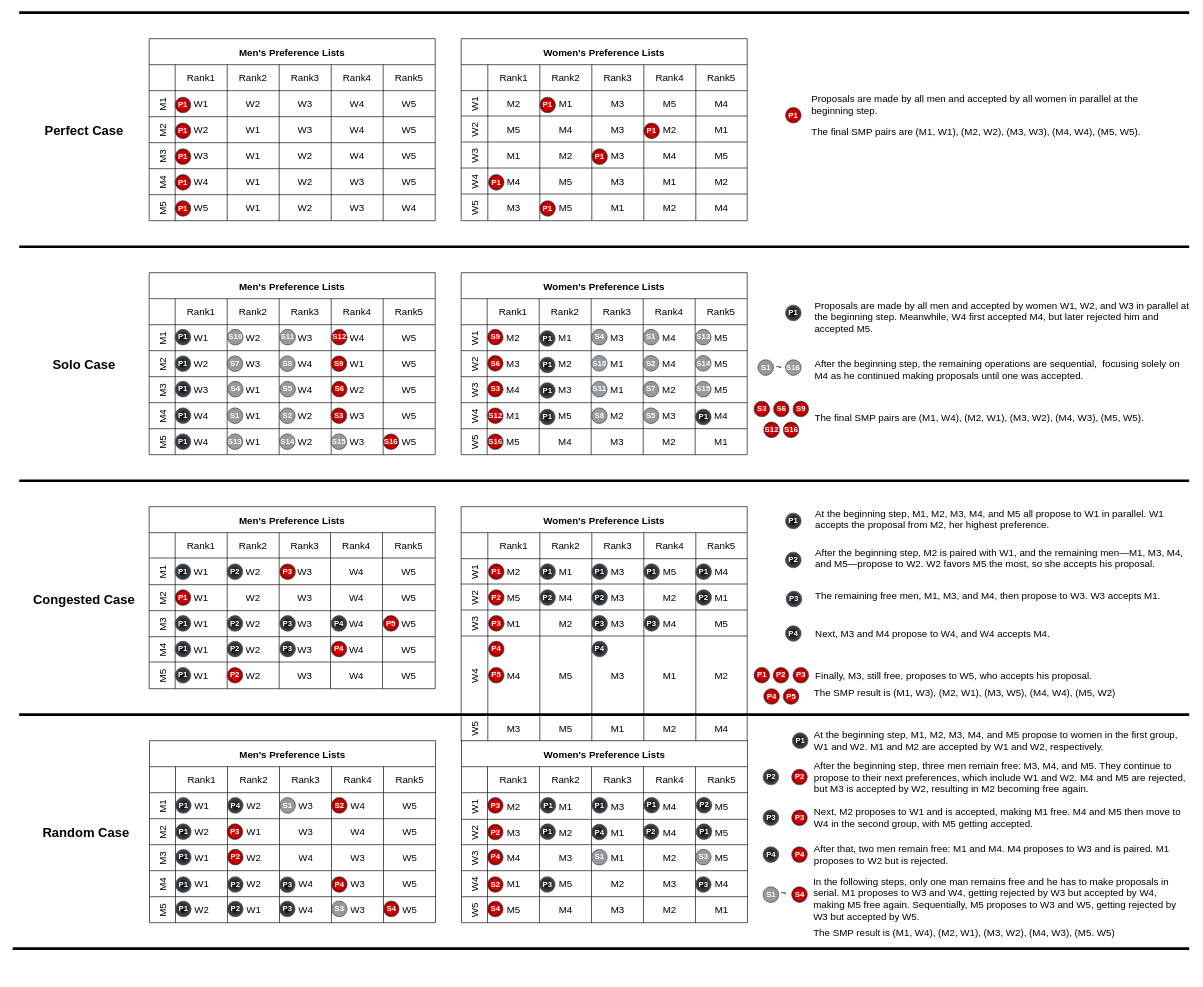
This is MoreWorkloads.drawio from victorliu-sq/BambooSMP-Figures, a draw.io file, before an edit. Source tidied: cells renumbered, new cells numbered last; positions are measured from the earlier drawing's top-left corner, leaving out a move shared by most shapes. Both pictures are drawn from the tidied source at 65%, with x=0, y=0 at pixel (12, 12).
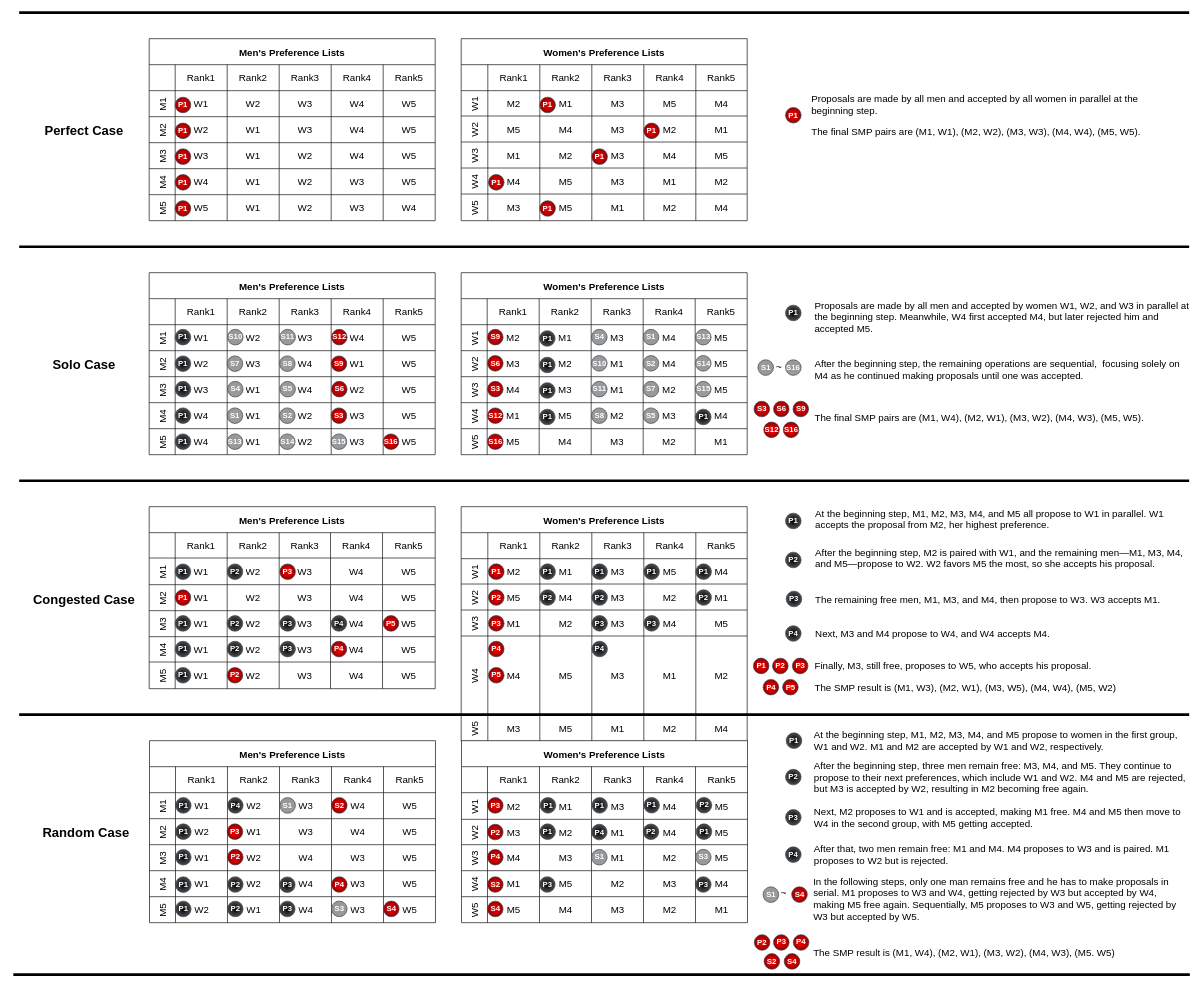
The same page after the edit.

The edit, as a diff of the source:
```diff
@@
     <mxCell id="41" value="&lt;p style=&quot;&quot;&gt;The remaining free men, M1, M3, and M4, then propose to W3. W3 accepts M1.&lt;br&gt;&lt;/p&gt;" style="text;strokeColor=none;align=left;fillColor=none;html=1;verticalAlign=middle;whiteSpace=wrap;rounded=0;fontFamily=Helvetica;fontSize=15;fontColor=default;" parent="1" vertex="1">
-      <mxGeometry x="1232.5" y="881.9" width="539.5" height="30" as="geometry" />
+      <mxGeometry x="1232.5" y="886.5" width="539.5" height="30" as="geometry" />
     </mxCell>
@@
     <mxCell id="43" value="&lt;p style=&quot;&quot;&gt;Finally, M3, still free, proposes to W5, who accepts his proposal.&lt;br&gt;&lt;/p&gt;" style="text;strokeColor=none;align=left;fillColor=none;html=1;verticalAlign=middle;whiteSpace=wrap;rounded=0;fontFamily=Helvetica;fontSize=15;fontColor=default;" parent="1" vertex="1">
-      <mxGeometry x="1232.5" y="1004.4" width="439.5" height="30" as="geometry" />
+      <mxGeometry x="1231.5" y="990" width="439.5" height="30" as="geometry" />
     </mxCell>
@@
     <mxCell id="418" value="P5" style="ellipse;whiteSpace=wrap;html=1;strokeColor=#314354;align=center;verticalAlign=middle;fontFamily=Helvetica;fontSize=12;fillColor=#FF0000;fontColor=#FFFFFF;fillStyle=solid;strokeWidth=1;fontStyle=1;gradientColor=#990000;gradientDirection=radial;" parent="1" vertex="1">
-      <mxGeometry x="1185.5" y="1040" width="24" height="24" as="geometry" />
+      <mxGeometry x="1184.5" y="1025.7" width="24" height="24" as="geometry" />
     </mxCell>
@@
     <mxCell id="420" style="endArrow=none;html=1;rounded=0;strokeWidth=4;" parent="1" edge="1">
       <mxGeometry relative="1" as="geometry">
-        <mxPoint y="1440" as="sourcePoint" />
-        <mxPoint x="1810" y="1440" as="targetPoint" />
+        <mxPoint x="1" y="1480" as="sourcePoint" />
+        <mxPoint x="1811" y="1480" as="targetPoint" />
       </mxGeometry>
     </mxCell>
@@
     <mxCell id="422" value="P1" style="ellipse;whiteSpace=wrap;html=1;strokeColor=#314354;align=center;verticalAlign=middle;fontFamily=Helvetica;fontSize=12;fillColor=#FF0000;fontColor=#FFFFFF;fillStyle=solid;strokeWidth=1;fontStyle=1;gradientColor=#990000;gradientDirection=radial;" parent="1" vertex="1">
-      <mxGeometry x="1140.5" y="1007.3" width="24" height="24" as="geometry" />
+      <mxGeometry x="1139.5" y="993" width="24" height="24" as="geometry" />
     </mxCell>
     <mxCell id="423" value="P2" style="ellipse;whiteSpace=wrap;html=1;strokeColor=#314354;align=center;verticalAlign=middle;fontFamily=Helvetica;fontSize=12;fillColor=#FF0000;fontColor=#FFFFFF;fillStyle=solid;strokeWidth=1;fontStyle=1;gradientColor=#990000;gradientDirection=radial;" parent="1" vertex="1">
-      <mxGeometry x="1170" y="1007.4" width="24" height="24" as="geometry" />
+      <mxGeometry x="1169" y="993.1" width="24" height="24" as="geometry" />
     </mxCell>
     <mxCell id="424" value="P3" style="ellipse;whiteSpace=wrap;html=1;strokeColor=#314354;align=center;verticalAlign=middle;fontFamily=Helvetica;fontSize=12;fillColor=#FF0000;fontColor=#FFFFFF;fillStyle=solid;strokeWidth=1;fontStyle=1;gradientColor=#990000;gradientDirection=radial;" parent="1" vertex="1">
-      <mxGeometry x="1200.5" y="1007.3" width="24" height="24" as="geometry" />
+      <mxGeometry x="1199.5" y="993" width="24" height="24" as="geometry" />
     </mxCell>
     <mxCell id="425" value="P4" style="ellipse;whiteSpace=wrap;html=1;strokeColor=#314354;align=center;verticalAlign=middle;fontFamily=Helvetica;fontSize=12;fillColor=#FF0000;fontColor=#FFFFFF;fillStyle=solid;strokeWidth=1;fontStyle=1;gradientColor=#990000;gradientDirection=radial;" parent="1" vertex="1">
-      <mxGeometry x="1155.5" y="1040" width="24" height="24" as="geometry" />
+      <mxGeometry x="1154.5" y="1025.7" width="24" height="24" as="geometry" />
     </mxCell>
@@
     <mxCell id="454" value="&lt;p style=&quot;&quot;&gt;&lt;span style=&quot;font-size: 15px; font-weight: 400;&quot;&gt;The SMP result is&amp;nbsp;&lt;/span&gt;&lt;span style=&quot;font-size: 15px; font-weight: normal;&quot;&gt;&lt;font style=&quot;font-size: 15px;&quot;&gt;(M1, W3), (M2, W1), (M3, W5), (M4, W4), (M5, W2)&lt;/font&gt;&lt;/span&gt;&lt;/p&gt;" style="text;strokeColor=none;align=left;fillColor=none;html=1;verticalAlign=middle;whiteSpace=wrap;rounded=0;fontFamily=Helvetica;fontSize=15;fontColor=default;" parent="1" vertex="1">
-      <mxGeometry x="1230.5" y="1031.4" width="520" height="30" as="geometry" />
+      <mxGeometry x="1231.5" y="1022.7" width="520" height="30" as="geometry" />
     </mxCell>
     <mxCell id="455" value="P1" style="ellipse;whiteSpace=wrap;html=1;strokeColor=#314354;align=center;verticalAlign=middle;fontFamily=Helvetica;fontSize=12;fillColor=#000000;fontColor=#ffffff;strokeWidth=1;perimeterSpacing=1;gradientColor=#4D4D4D;gradientDirection=radial;fontStyle=1;fillStyle=solid;" parent="1" vertex="1">
-      <mxGeometry x="1199.5" y="1108" width="24" height="24" as="geometry" />
+      <mxGeometry x="1190" y="1108" width="24" height="24" as="geometry" />
     </mxCell>
     <mxCell id="456" value="P2" style="ellipse;whiteSpace=wrap;html=1;strokeColor=#314354;align=center;verticalAlign=middle;fontFamily=Helvetica;fontSize=12;fillColor=#000000;fontColor=#ffffff;gradientColor=#4D4D4D;gradientDirection=radial;fontStyle=1;" parent="1" vertex="1">
-      <mxGeometry x="1154.5" y="1164" width="24" height="24" as="geometry" />
+      <mxGeometry x="1189" y="1164" width="24" height="24" as="geometry" />
     </mxCell>
     <mxCell id="457" value="P2" style="ellipse;whiteSpace=wrap;html=1;strokeColor=#314354;align=center;verticalAlign=middle;fontFamily=Helvetica;fontSize=12;fillColor=#FF0000;fontColor=#FFFFFF;fillStyle=solid;strokeWidth=1;fontStyle=1;gradientColor=#990000;gradientDirection=radial;" parent="1" vertex="1">
-      <mxGeometry x="1198.5" y="1164" width="24" height="24" as="geometry" />
+      <mxGeometry x="1141" y="1418.5" width="24" height="24" as="geometry" />
     </mxCell>
     <mxCell id="458" value="P3" style="ellipse;whiteSpace=wrap;html=1;strokeColor=#314354;align=center;verticalAlign=middle;fontFamily=Helvetica;fontSize=12;fillColor=#000000;fontColor=#ffffff;fontStyle=1;gradientColor=#4D4D4D;gradientDirection=radial;" parent="1" vertex="1">
-      <mxGeometry x="1154.5" y="1226.6" width="24" height="24" as="geometry" />
+      <mxGeometry x="1189" y="1226" width="24" height="24" as="geometry" />
     </mxCell>
     <mxCell id="459" value="P3" style="ellipse;whiteSpace=wrap;html=1;strokeColor=#314354;align=center;verticalAlign=middle;fontFamily=Helvetica;fontSize=12;fillColor=#FF0000;fontColor=#FFFFFF;fillStyle=solid;strokeWidth=1;fontStyle=1;gradientColor=#990000;gradientDirection=radial;" parent="1" vertex="1">
-      <mxGeometry x="1198.5" y="1226.6" width="24" height="24" as="geometry" />
+      <mxGeometry x="1170.5" y="1418.4" width="24" height="24" as="geometry" />
     </mxCell>
     <mxCell id="460" value="P4" style="ellipse;whiteSpace=wrap;html=1;strokeColor=#314354;align=center;verticalAlign=middle;fontFamily=Helvetica;fontSize=12;fillColor=#000000;fontColor=#ffffff;fontStyle=1;gradientColor=#4D4D4D;gradientDirection=radial;" parent="1" vertex="1">
-      <mxGeometry x="1154.5" y="1283.3" width="24" height="24" as="geometry" />
+      <mxGeometry x="1189" y="1283.3" width="24" height="24" as="geometry" />
     </mxCell>
     <mxCell id="461" value="P4" style="ellipse;whiteSpace=wrap;html=1;strokeColor=#314354;align=center;verticalAlign=middle;fontFamily=Helvetica;fontSize=12;fillColor=#FF0000;fontColor=#FFFFFF;fillStyle=solid;strokeWidth=1;fontStyle=1;gradientColor=#990000;gradientDirection=radial;" parent="1" vertex="1">
-      <mxGeometry x="1198.5" y="1283.3" width="24" height="24" as="geometry" />
+      <mxGeometry x="1201" y="1418.4" width="24" height="24" as="geometry" />
     </mxCell>
@@
     <mxCell id="467" value="&lt;p style=&quot;&quot;&gt;The SMP result is (M1, W4), (M2, W1), (M3, W2), (M4, W3), (M5. W5)&lt;br&gt;&lt;/p&gt;" style="text;strokeColor=none;align=left;fillColor=none;html=1;verticalAlign=middle;whiteSpace=wrap;rounded=0;fontFamily=Helvetica;fontSize=15;fontColor=default;" parent="1" vertex="1">
-      <mxGeometry x="1230" y="1400" width="578.5" height="30" as="geometry" />
+      <mxGeometry x="1230" y="1430" width="578.5" height="30" as="geometry" />
     </mxCell>
+    <mxCell id="468" value="S2" style="ellipse;whiteSpace=wrap;html=1;strokeColor=#314354;align=center;verticalAlign=middle;fontFamily=Helvetica;fontSize=12;fillColor=#FF0000;fontColor=#FFFFFF;fontStyle=1;fillStyle=solid;strokeWidth=1;gradientColor=#990000;gradientDirection=radial;" parent="1" vertex="1">
+      <mxGeometry x="1156" y="1447.6" width="24" height="24" as="geometry" />
+    </mxCell>
+    <mxCell id="469" value="S4" style="ellipse;whiteSpace=wrap;html=1;strokeColor=#314354;align=center;verticalAlign=middle;fontFamily=Helvetica;fontSize=12;fillColor=#FF0000;fontColor=#FFFFFF;fillStyle=solid;strokeWidth=1;fontStyle=1;gradientColor=#990000;gradientDirection=radial;" parent="1" vertex="1">
+      <mxGeometry x="1187" y="1447.6" width="24" height="24" as="geometry" />
+    </mxCell>
```
